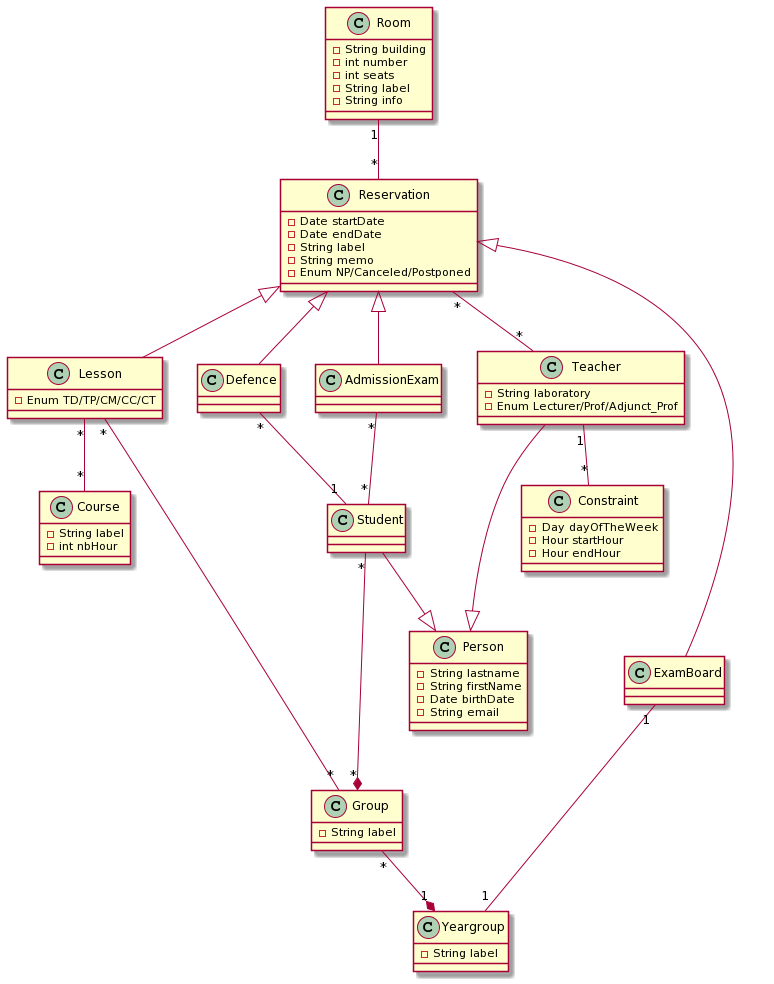
This is ClassDiagram.png from El-Sashok/UltraPlanning, a PlantUML export, as it was before one commit.
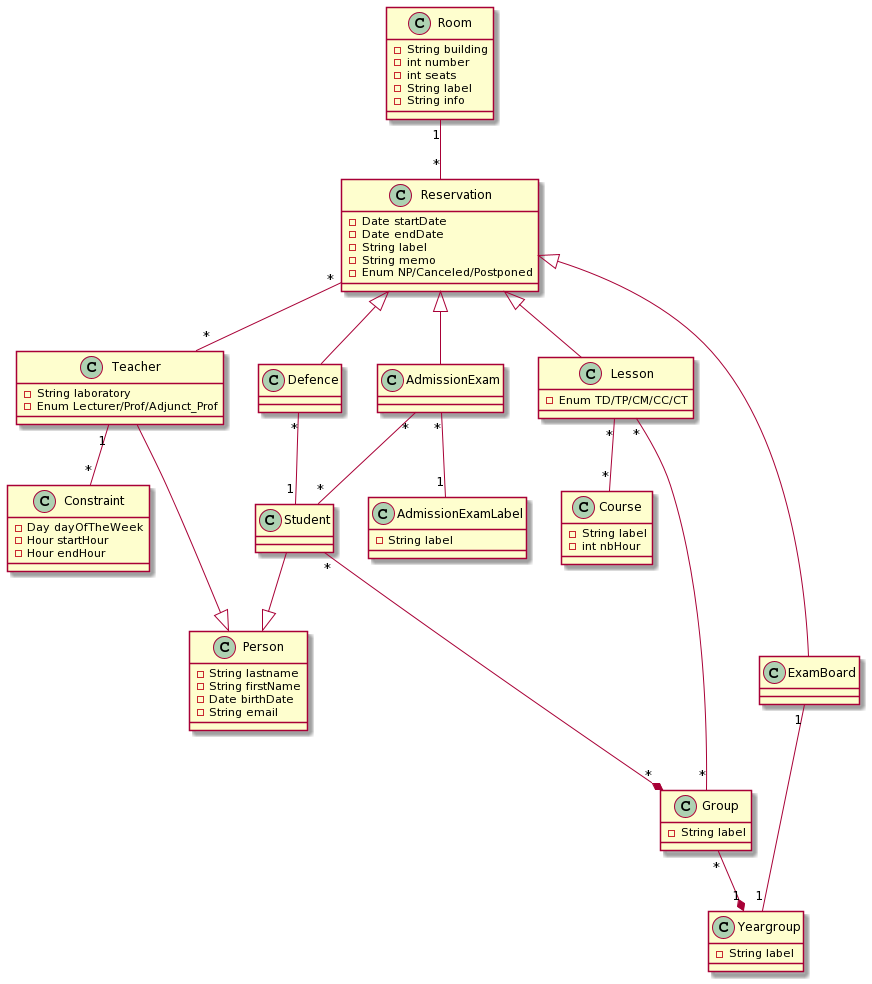
The same diagram one commit later.

Diff of the diagram source:
```diff
@@ -56,6 +56,12 @@
 
 class AdmissionExam
 
+class AdmissionExamLabel {
+    -String label
+}
+
+AdmissionExam "*" -- "1" AdmissionExamLabel
+
 Room "1" -- "*" Reservation
 
 Student "*" --* "*" Group
```
